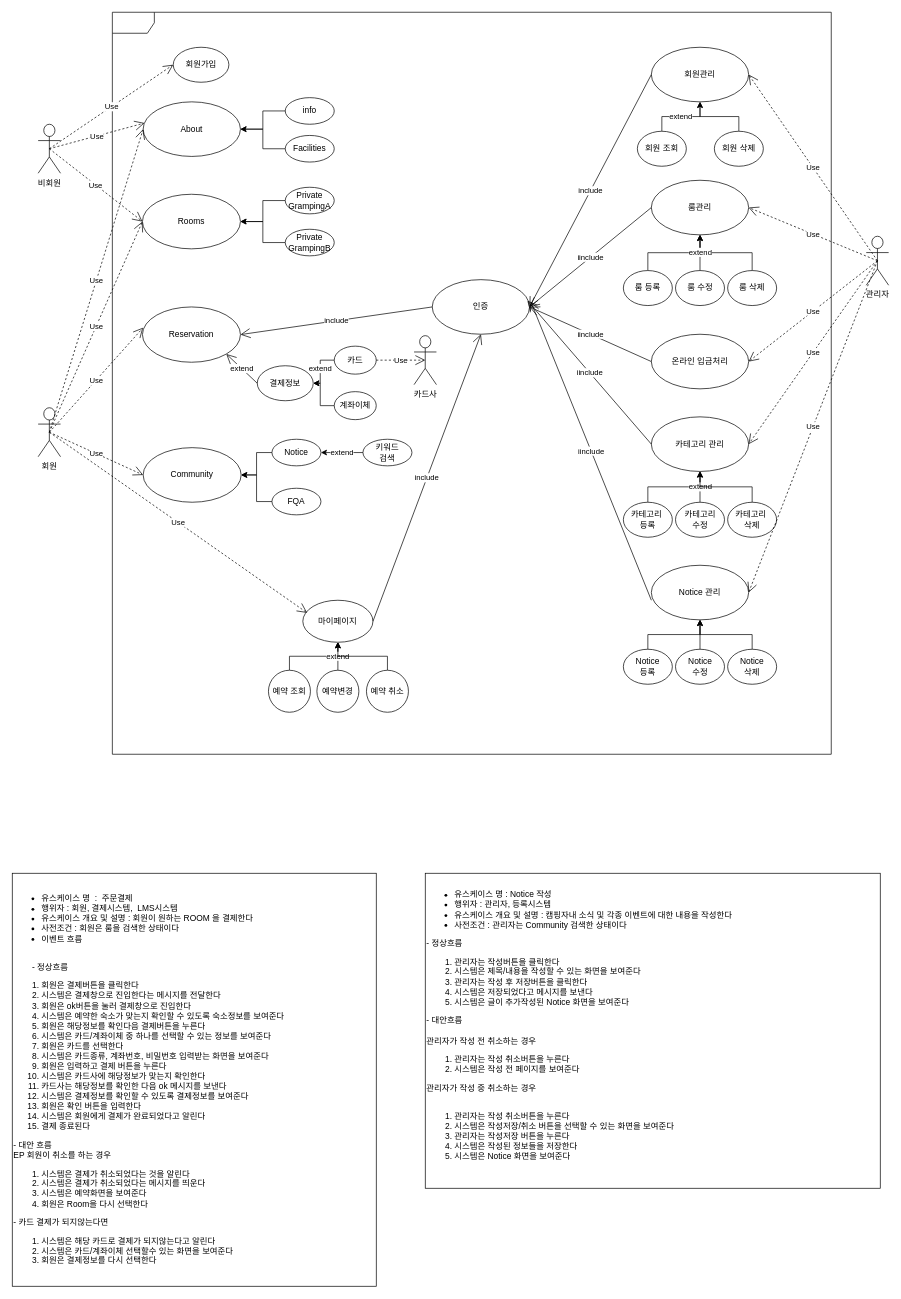
Before: CJG Usecase.drawio in JeongJason/Camping-Story, a draw.io diagram. Source tidied: cells renumbered, new cells numbered last; positions are measured from the earlier drawing's top-left corner, leaving out a move shared by most shapes. Both pictures are drawn from the tidied source at 70%, with x=0, y=0 at pixel (12, 12).
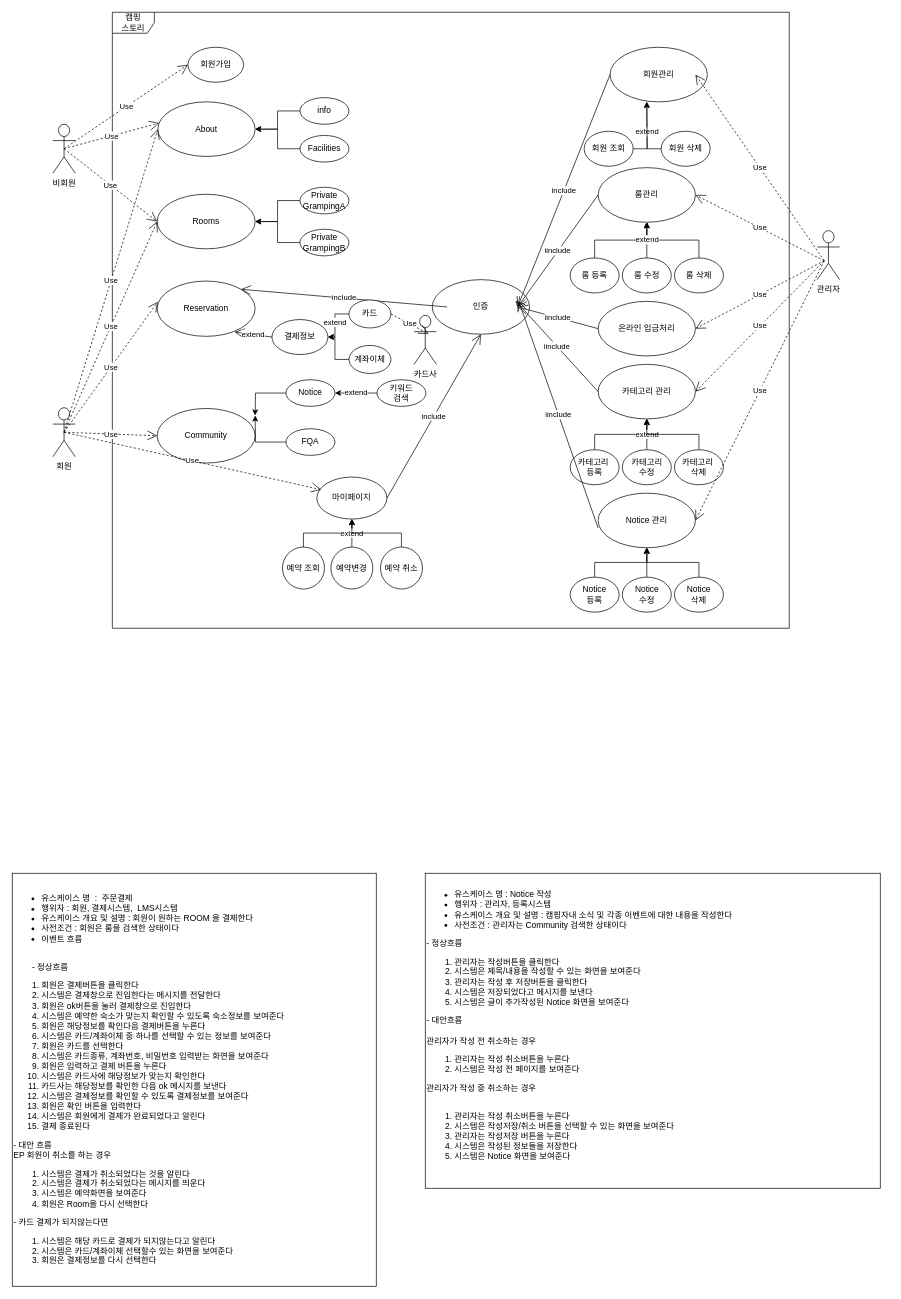
The same diagram, later.

Commit message (it also covers changes not shown here):
PPT Usecase Version1

The change refers to these unchanged cells:
```xml
<mxCell id="26" value="인증" style="ellipse;whiteSpace=wrap;html=1;" parent="1" vertex="1">
  <mxGeometry x="600" y="382" width="139" height="78" as="geometry" />
</mxCell>
```

Diff of the diagram source:
```diff
@@
-    <mxCell id="2" style="shape=umlFrame;whiteSpace=wrap;html=1;" parent="1" vertex="1">
-      <mxGeometry x="143" width="1027" height="1060" as="geometry" />
+    <mxCell id="2" value="캠핑&lt;br&gt;스토리" style="shape=umlFrame;whiteSpace=wrap;html=1;" parent="1" vertex="1">
+      <mxGeometry x="143" width="967" height="880" as="geometry" />
     </mxCell>
     <mxCell id="3" value="회원" style="shape=umlActor;verticalLabelPosition=bottom;verticalAlign=top;html=1;" parent="1" vertex="1">
-      <mxGeometry x="37" y="565" width="32" height="70" as="geometry" />
+      <mxGeometry x="58" y="565" width="32" height="70" as="geometry" />
     </mxCell>
     <mxCell id="4" value="비회원" style="shape=umlActor;verticalLabelPosition=bottom;verticalAlign=top;html=1;" parent="1" vertex="1">
-      <mxGeometry x="37" y="160" width="32" height="70" as="geometry" />
+      <mxGeometry x="58" y="160" width="32" height="70" as="geometry" />
     </mxCell>
     <mxCell id="5" value="관리자" style="shape=umlActor;verticalLabelPosition=bottom;verticalAlign=top;html=1;" parent="1" vertex="1">
-      <mxGeometry x="1220" y="320" width="32" height="70" as="geometry" />
+      <mxGeometry x="1150" y="312" width="32" height="70" as="geometry" />
     </mxCell>
     <mxCell id="6" value="About" style="ellipse;whiteSpace=wrap;html=1;" parent="1" vertex="1">
-      <mxGeometry x="187" y="128" width="139" height="78" as="geometry" />
+      <mxGeometry x="208" y="128" width="139" height="78" as="geometry" />
     </mxCell>
     <mxCell id="7" value="Rooms" style="ellipse;whiteSpace=wrap;html=1;" parent="1" vertex="1">
-      <mxGeometry x="186" y="260" width="140" height="78" as="geometry" />
+      <mxGeometry x="207" y="260" width="140" height="78" as="geometry" />
     </mxCell>
     <mxCell id="8" value="Reservation" style="ellipse;whiteSpace=wrap;html=1;" parent="1" vertex="1">
-      <mxGeometry x="186" y="421" width="140" height="79" as="geometry" />
+      <mxGeometry x="207" y="384" width="140" height="79" as="geometry" />
     </mxCell>
     <mxCell id="9" value="Community" style="ellipse;whiteSpace=wrap;html=1;" parent="1" vertex="1">
-      <mxGeometry x="187" y="622" width="140" height="78" as="geometry" />
+      <mxGeometry x="207" y="566" width="140" height="78" as="geometry" />
     </mxCell>
@@
     <mxCell id="16" value="회원가입" style="ellipse;whiteSpace=wrap;html=1;" parent="1" vertex="1">
-      <mxGeometry x="230" y="50" width="79.5" height="50" as="geometry" />
+      <mxGeometry x="251" y="50" width="79.5" height="50" as="geometry" />
     </mxCell>
     <mxCell id="17" value="마이페이지" style="ellipse;whiteSpace=wrap;html=1;" parent="1" vertex="1">
-      <mxGeometry x="415.1" y="840" width="100.2" height="60" as="geometry" />
+      <mxGeometry x="435.1" y="664" width="100.2" height="60" as="geometry" />
     </mxCell>
@@
     <mxCell id="19" value="예약 조회" style="ellipse;whiteSpace=wrap;html=1;" parent="1" vertex="1">
-      <mxGeometry x="366" y="940" width="60" height="60" as="geometry" />
+      <mxGeometry x="386" y="764" width="60" height="60" as="geometry" />
     </mxCell>
@@
     <mxCell id="21" value="예약변경" style="ellipse;whiteSpace=wrap;html=1;" parent="1" vertex="1">
-      <mxGeometry x="435.2" y="940" width="60" height="60" as="geometry" />
+      <mxGeometry x="455.2" y="764" width="60" height="60" as="geometry" />
     </mxCell>
@@
     <mxCell id="23" value="예약 취소" style="ellipse;whiteSpace=wrap;html=1;" parent="1" vertex="1">
-      <mxGeometry x="506" y="940" width="60" height="60" as="geometry" />
+      <mxGeometry x="526" y="764" width="60" height="60" as="geometry" />
     </mxCell>
@@
-    <mxCell id="27" value="include" style="endArrow=open;endSize=12;html=1;rounded=0;entryX=1;entryY=0.5;entryDx=0;entryDy=0;exitX=0;exitY=0.5;exitDx=0;exitDy=0;" parent="1" edge="1" source="26" target="8">
-      <mxGeometry relative="1" as="geometry" />
+    <mxCell id="27" value="include" style="endArrow=open;endSize=12;html=1;rounded=0;entryX=1;entryY=0;entryDx=0;entryDy=0;exitX=0;exitY=0.5;exitDx=0;exitDy=0;" parent="1" edge="1" target="8">
+      <mxGeometry relative="1" as="geometry">
+        <mxPoint x="621" y="421" as="sourcePoint" />
+      </mxGeometry>
     </mxCell>
     <mxCell id="28" value="회원관리" style="ellipse;whiteSpace=wrap;html=1;" parent="1" vertex="1">
-      <mxGeometry x="913" y="50" width="139" height="78" as="geometry" />
+      <mxGeometry x="854" y="50" width="139" height="78" as="geometry" />
     </mxCell>
-    <mxCell id="29" value="extend" style="edgeStyle=orthogonalEdgeStyle;rounded=0;jettySize=auto;html=1;" parent="1" edge="1" source="30" target="28">
-      <mxGeometry relative="1" as="geometry" />
+    <mxCell id="29" value="extend" style="edgeStyle=orthogonalEdgeStyle;rounded=0;jettySize=auto;html=1;" parent="1" edge="1" source="30">
+      <mxGeometry relative="1" as="geometry">
+        <mxPoint x="906.5" y="128" as="targetPoint" />
+      </mxGeometry>
     </mxCell>
     <mxCell id="30" value="회원 조회" style="ellipse;whiteSpace=wrap;html=1;" parent="1" vertex="1">
-      <mxGeometry x="893" y="170" width="70" height="50" as="geometry" />
+      <mxGeometry x="817" y="170" width="70" height="50" as="geometry" />
     </mxCell>
-    <mxCell id="31" style="edgeStyle=orthogonalEdgeStyle;rounded=0;jettySize=auto;html=1;" parent="1" edge="1" source="32" target="28">
-      <mxGeometry relative="1" as="geometry" />
+    <mxCell id="31" style="edgeStyle=orthogonalEdgeStyle;rounded=0;jettySize=auto;html=1;" parent="1" edge="1" source="32">
+      <mxGeometry relative="1" as="geometry">
+        <mxPoint x="906.5" y="128" as="targetPoint" />
+      </mxGeometry>
     </mxCell>
     <mxCell id="32" value="회원 삭제" style="ellipse;whiteSpace=wrap;html=1;" parent="1" vertex="1">
-      <mxGeometry x="1003" y="170" width="70" height="50" as="geometry" />
+      <mxGeometry x="927" y="170" width="70" height="50" as="geometry" />
     </mxCell>
-    <mxCell id="33" value="Use" style="endArrow=open;endSize=12;dashed=1;html=1;rounded=0;exitX=0.5;exitY=0.5;exitDx=0;exitDy=0;exitPerimeter=0;entryX=1;entryY=0.5;entryDx=0;entryDy=0;" parent="1" edge="1" source="5" target="28">
-      <mxGeometry relative="1" as="geometry" />
+    <mxCell id="33" value="Use" style="endArrow=open;endSize=12;dashed=1;html=1;rounded=0;exitX=0.5;exitY=0.5;exitDx=0;exitDy=0;exitPerimeter=0;entryX=1;entryY=0.5;entryDx=0;entryDy=0;" parent="1" edge="1">
+      <mxGeometry relative="1" as="geometry">
+        <mxPoint x="1160" y="355" as="sourcePoint" />
+        <mxPoint x="976" y="89" as="targetPoint" />
+      </mxGeometry>
     </mxCell>
     <mxCell id="34" value="룸관리" style="ellipse;whiteSpace=wrap;html=1;" parent="1" vertex="1">
-      <mxGeometry x="913" y="240" width="139" height="78" as="geometry" />
+      <mxGeometry x="837" y="222" width="139" height="78" as="geometry" />
     </mxCell>
@@
     <mxCell id="36" value="룸 등록" style="ellipse;whiteSpace=wrap;html=1;" parent="1" vertex="1">
-      <mxGeometry x="873" y="369" width="70" height="50" as="geometry" />
+      <mxGeometry x="797" y="351" width="70" height="50" as="geometry" />
     </mxCell>
@@
     <mxCell id="38" value="룸 삭제" style="ellipse;whiteSpace=wrap;html=1;" parent="1" vertex="1">
-      <mxGeometry x="1022" y="369" width="70" height="50" as="geometry" />
+      <mxGeometry x="946" y="351" width="70" height="50" as="geometry" />
     </mxCell>
@@
     <mxCell id="40" value="룸 수정" style="ellipse;whiteSpace=wrap;html=1;" parent="1" vertex="1">
-      <mxGeometry x="947.5" y="369" width="70" height="50" as="geometry" />
+      <mxGeometry x="871.5" y="351" width="70" height="50" as="geometry" />
     </mxCell>
-    <mxCell id="41" value="Use" style="endArrow=open;endSize=12;dashed=1;html=1;rounded=0;exitX=0.5;exitY=0.5;exitDx=0;exitDy=0;exitPerimeter=0;entryX=1;entryY=0.5;entryDx=0;entryDy=0;" parent="1" edge="1" source="5" target="34">
-      <mxGeometry relative="1" as="geometry" />
+    <mxCell id="41" value="Use" style="endArrow=open;endSize=12;dashed=1;html=1;rounded=0;exitX=0.5;exitY=0.5;exitDx=0;exitDy=0;exitPerimeter=0;entryX=1;entryY=0.5;entryDx=0;entryDy=0;" parent="1" edge="1" target="34">
+      <mxGeometry relative="1" as="geometry">
+        <mxPoint x="1160" y="355" as="sourcePoint" />
+      </mxGeometry>
     </mxCell>
     <mxCell id="42" value="온라인 입금처리" style="ellipse;whiteSpace=wrap;html=1;" parent="1" vertex="1">
-      <mxGeometry x="913" y="460" width="139" height="78" as="geometry" />
+      <mxGeometry x="837" y="413" width="139" height="78" as="geometry" />
     </mxCell>
     <mxCell id="43" value="카테고리 관리" style="ellipse;whiteSpace=wrap;html=1;" parent="1" vertex="1">
-      <mxGeometry x="913" y="578" width="139" height="78" as="geometry" />
+      <mxGeometry x="837" y="503" width="139" height="78" as="geometry" />
     </mxCell>
@@
     <mxCell id="45" value="카테고리&amp;nbsp;&lt;br&gt;등록" style="ellipse;whiteSpace=wrap;html=1;" parent="1" vertex="1">
-      <mxGeometry x="873" y="700" width="70" height="50" as="geometry" />
+      <mxGeometry x="797" y="625" width="70" height="50" as="geometry" />
     </mxCell>
@@
     <mxCell id="47" value="카테고리&lt;br&gt;수정" style="ellipse;whiteSpace=wrap;html=1;" parent="1" vertex="1">
-      <mxGeometry x="947.5" y="700" width="70" height="50" as="geometry" />
+      <mxGeometry x="871.5" y="625" width="70" height="50" as="geometry" />
     </mxCell>
@@
     <mxCell id="49" value="카테고리&amp;nbsp;&lt;br&gt;삭제" style="ellipse;whiteSpace=wrap;html=1;" parent="1" vertex="1">
-      <mxGeometry x="1022" y="700" width="70" height="50" as="geometry" />
+      <mxGeometry x="946" y="625" width="70" height="50" as="geometry" />
     </mxCell>
-    <mxCell id="50" value="Use" style="endArrow=open;endSize=12;dashed=1;html=1;rounded=0;exitX=0.5;exitY=0.5;exitDx=0;exitDy=0;exitPerimeter=0;entryX=1;entryY=0.5;entryDx=0;entryDy=0;" parent="1" edge="1" source="5" target="42">
-      <mxGeometry relative="1" as="geometry" />
+    <mxCell id="50" value="Use" style="endArrow=open;endSize=12;dashed=1;html=1;rounded=0;exitX=0.5;exitY=0.5;exitDx=0;exitDy=0;exitPerimeter=0;entryX=1;entryY=0.5;entryDx=0;entryDy=0;" parent="1" edge="1" target="42">
+      <mxGeometry relative="1" as="geometry">
+        <mxPoint x="1160" y="355" as="sourcePoint" />
+      </mxGeometry>
     </mxCell>
-    <mxCell id="51" value="Use" style="endArrow=open;endSize=12;dashed=1;html=1;rounded=0;exitX=0.5;exitY=0.5;exitDx=0;exitDy=0;exitPerimeter=0;entryX=1;entryY=0.5;entryDx=0;entryDy=0;" parent="1" edge="1" source="5" target="43">
-      <mxGeometry relative="1" as="geometry" />
+    <mxCell id="51" value="Use" style="endArrow=open;endSize=12;dashed=1;html=1;rounded=0;exitX=0.5;exitY=0.5;exitDx=0;exitDy=0;exitPerimeter=0;entryX=1;entryY=0.5;entryDx=0;entryDy=0;" parent="1" edge="1" target="43">
+      <mxGeometry relative="1" as="geometry">
+        <mxPoint x="1160" y="355" as="sourcePoint" />
+      </mxGeometry>
     </mxCell>
-    <mxCell id="52" value="include" style="endArrow=open;endSize=12;html=1;rounded=0;exitX=0;exitY=0.5;exitDx=0;exitDy=0;entryX=1;entryY=0.5;entryDx=0;entryDy=0;" parent="1" edge="1" source="28" target="26">
-      <mxGeometry relative="1" as="geometry" />
+    <mxCell id="52" value="include" style="endArrow=open;endSize=12;html=1;rounded=0;exitX=0;exitY=0.5;exitDx=0;exitDy=0;entryX=1;entryY=0.5;entryDx=0;entryDy=0;" parent="1" edge="1" source="28">
+      <mxGeometry relative="1" as="geometry">
+        <mxPoint x="722" y="421" as="targetPoint" />
+      </mxGeometry>
     </mxCell>
-    <mxCell id="53" value="iinclude" style="endArrow=open;endSize=12;html=1;rounded=0;exitX=0;exitY=0.5;exitDx=0;exitDy=0;entryX=1;entryY=0.5;entryDx=0;entryDy=0;" parent="1" edge="1" source="34" target="26">
-      <mxGeometry relative="1" as="geometry" />
+    <mxCell id="53" value="iinclude" style="endArrow=open;endSize=12;html=1;rounded=0;exitX=0;exitY=0.5;exitDx=0;exitDy=0;entryX=1;entryY=0.5;entryDx=0;entryDy=0;" parent="1" edge="1" source="34">
+      <mxGeometry relative="1" as="geometry">
+        <mxPoint x="722" y="421" as="targetPoint" />
+      </mxGeometry>
     </mxCell>
-    <mxCell id="54" value="iinclude" style="endArrow=open;endSize=12;html=1;rounded=0;exitX=0;exitY=0.5;exitDx=0;exitDy=0;entryX=1;entryY=0.5;entryDx=0;entryDy=0;" parent="1" edge="1" source="42" target="26">
-      <mxGeometry relative="1" as="geometry" />
+    <mxCell id="54" value="iinclude" style="endArrow=open;endSize=12;html=1;rounded=0;exitX=0;exitY=0.5;exitDx=0;exitDy=0;entryX=1;entryY=0.5;entryDx=0;entryDy=0;" parent="1" edge="1" source="42">
+      <mxGeometry relative="1" as="geometry">
+        <mxPoint x="722" y="421" as="targetPoint" />
+      </mxGeometry>
     </mxCell>
-    <mxCell id="55" value="iinclude" style="endArrow=open;endSize=12;html=1;rounded=0;exitX=0;exitY=0.5;exitDx=0;exitDy=0;entryX=0.978;entryY=0.385;entryDx=0;entryDy=0;entryPerimeter=0;" parent="1" edge="1" source="43" target="26">
-      <mxGeometry relative="1" as="geometry" />
+    <mxCell id="55" value="iinclude" style="endArrow=open;endSize=12;html=1;rounded=0;exitX=0;exitY=0.5;exitDx=0;exitDy=0;entryX=0.978;entryY=0.385;entryDx=0;entryDy=0;entryPerimeter=0;" parent="1" edge="1" source="43">
+      <mxGeometry relative="1" as="geometry">
+        <mxPoint x="718.9" y="412" as="targetPoint" />
+      </mxGeometry>
     </mxCell>
     <mxCell id="56" value="결제정보" style="ellipse;whiteSpace=wrap;html=1;" parent="1" vertex="1">
-      <mxGeometry x="350" y="505" width="80" height="50" as="geometry" />
+      <mxGeometry x="371" y="439" width="80" height="50" as="geometry" />
     </mxCell>
-    <mxCell id="57" value="extend" style="endArrow=open;endSize=12;html=1;rounded=0;exitX=0;exitY=0.5;exitDx=0;exitDy=0;entryX=1;entryY=1;entryDx=0;entryDy=0;" parent="1" edge="1" source="56" target="8">
+    <mxCell id="57" value="extend" style="endArrow=open;endSize=12;html=1;rounded=0;exitX=0;exitY=0.5;exitDx=0;exitDy=0;entryX=0.789;entryY=0.922;entryDx=0;entryDy=0;entryPerimeter=0;" parent="1" edge="1" source="56" target="8">
       <mxGeometry relative="1" as="geometry" />
     </mxCell>
@@
     <mxCell id="59" value="카드" style="ellipse;whiteSpace=wrap;html=1;" parent="1" vertex="1">
-      <mxGeometry x="460" y="477" width="60" height="40" as="geometry" />
+      <mxGeometry x="481" y="411" width="60" height="40" as="geometry" />
     </mxCell>
@@
     <mxCell id="61" value="계좌이체" style="ellipse;whiteSpace=wrap;html=1;" parent="1" vertex="1">
-      <mxGeometry x="460" y="542" width="60" height="40" as="geometry" />
+      <mxGeometry x="481" y="476" width="60" height="40" as="geometry" />
     </mxCell>
     <mxCell id="62" value="카드사" style="shape=umlActor;verticalLabelPosition=bottom;verticalAlign=top;html=1;" parent="1" vertex="1">
-      <mxGeometry x="574" y="462" width="32" height="70" as="geometry" />
+      <mxGeometry x="574" y="433" width="32" height="70" as="geometry" />
     </mxCell>
-    <mxCell id="63" value="Use" style="endArrow=open;endSize=12;dashed=1;html=1;rounded=0;exitX=1;exitY=0.5;exitDx=0;exitDy=0;entryX=0.5;entryY=0.5;entryDx=0;entryDy=0;entryPerimeter=0;" parent="1" edge="1" source="59" target="62">
-      <mxGeometry relative="1" as="geometry" />
+    <mxCell id="63" value="Use" style="endArrow=open;endSize=12;dashed=1;html=1;rounded=0;exitX=1;exitY=0.5;exitDx=0;exitDy=0;" parent="1" edge="1" source="59">
+      <mxGeometry relative="1" as="geometry">
+        <mxPoint x="595" y="459.5" as="targetPoint" />
+      </mxGeometry>
     </mxCell>
@@
     <mxCell id="66" value="info" style="ellipse;whiteSpace=wrap;html=1;" parent="1" vertex="1">
-      <mxGeometry x="390" y="122" width="70" height="38" as="geometry" />
+      <mxGeometry x="411" y="122" width="70" height="38" as="geometry" />
     </mxCell>
@@
     <mxCell id="68" value="Facilities" style="ellipse;whiteSpace=wrap;html=1;" parent="1" vertex="1">
-      <mxGeometry x="390" y="176" width="70" height="38" as="geometry" />
+      <mxGeometry x="411" y="176" width="70" height="38" as="geometry" />
     </mxCell>
@@
     <mxCell id="70" value="Private&lt;br&gt;GrampingA" style="ellipse;whiteSpace=wrap;html=1;" parent="1" vertex="1">
-      <mxGeometry x="390" y="250" width="70" height="38" as="geometry" />
+      <mxGeometry x="411" y="250" width="70" height="38" as="geometry" />
     </mxCell>
@@
     <mxCell id="72" value="Private GrampingB" style="ellipse;whiteSpace=wrap;html=1;" parent="1" vertex="1">
-      <mxGeometry x="390" y="310" width="70" height="38" as="geometry" />
+      <mxGeometry x="411" y="310" width="70" height="38" as="geometry" />
     </mxCell>
-    <mxCell id="73" style="edgeStyle=orthogonalEdgeStyle;rounded=0;jettySize=auto;html=1;" parent="1" edge="1" source="74" target="9">
-      <mxGeometry relative="1" as="geometry" />
+    <mxCell id="73" style="edgeStyle=orthogonalEdgeStyle;rounded=0;jettySize=auto;html=1;" parent="1" edge="1" source="74">
+      <mxGeometry relative="1" as="geometry">
+        <mxPoint x="347" y="576" as="targetPoint" />
+      </mxGeometry>
     </mxCell>
     <mxCell id="74" value="Notice" style="ellipse;whiteSpace=wrap;html=1;" parent="1" vertex="1">
-      <mxGeometry x="371" y="610" width="70" height="38" as="geometry" />
+      <mxGeometry x="391" y="525" width="70" height="38" as="geometry" />
     </mxCell>
-    <mxCell id="75" style="edgeStyle=orthogonalEdgeStyle;rounded=0;jettySize=auto;html=1;" parent="1" edge="1" source="76" target="9">
-      <mxGeometry relative="1" as="geometry" />
+    <mxCell id="75" style="edgeStyle=orthogonalEdgeStyle;rounded=0;jettySize=auto;html=1;" parent="1" edge="1" source="76">
+      <mxGeometry relative="1" as="geometry">
+        <mxPoint x="347" y="576" as="targetPoint" />
+      </mxGeometry>
     </mxCell>
     <mxCell id="76" value="FQA" style="ellipse;whiteSpace=wrap;html=1;" parent="1" vertex="1">
-      <mxGeometry x="371" y="680" width="70" height="38" as="geometry" />
+      <mxGeometry x="391" y="595" width="70" height="38" as="geometry" />
     </mxCell>
@@
     <mxCell id="78" value="키워드&lt;br&gt;검색" style="ellipse;whiteSpace=wrap;html=1;" parent="1" vertex="1">
-      <mxGeometry x="501" y="610" width="70" height="38" as="geometry" />
+      <mxGeometry x="521" y="525" width="70" height="38" as="geometry" />
     </mxCell>
@@
     <mxCell id="81" value="Notice 관리" style="ellipse;whiteSpace=wrap;html=1;" parent="1" vertex="1">
-      <mxGeometry x="913" y="790" width="139" height="78" as="geometry" />
+      <mxGeometry x="837" y="687" width="139" height="78" as="geometry" />
     </mxCell>
@@
     <mxCell id="83" value="Notice&lt;br&gt;수정" style="ellipse;whiteSpace=wrap;html=1;" parent="1" vertex="1">
-      <mxGeometry x="947.5" y="910" width="70" height="50" as="geometry" />
+      <mxGeometry x="871.5" y="807" width="70" height="50" as="geometry" />
     </mxCell>
@@
     <mxCell id="85" value="Notice &lt;br&gt;등록" style="ellipse;whiteSpace=wrap;html=1;" parent="1" vertex="1">
-      <mxGeometry x="873" y="910" width="70" height="50" as="geometry" />
+      <mxGeometry x="797" y="807" width="70" height="50" as="geometry" />
     </mxCell>
@@
     <mxCell id="87" value="Notice&lt;br&gt;삭제" style="ellipse;whiteSpace=wrap;html=1;" parent="1" vertex="1">
-      <mxGeometry x="1022" y="910" width="70" height="50" as="geometry" />
+      <mxGeometry x="946" y="807" width="70" height="50" as="geometry" />
     </mxCell>
-    <mxCell id="88" value="Use" style="endArrow=open;endSize=12;dashed=1;html=1;rounded=0;exitX=0.5;exitY=0.5;exitDx=0;exitDy=0;exitPerimeter=0;entryX=1;entryY=0.5;entryDx=0;entryDy=0;" parent="1" edge="1" source="5" target="81">
-      <mxGeometry relative="1" as="geometry" />
+    <mxCell id="88" value="Use" style="endArrow=open;endSize=12;dashed=1;html=1;rounded=0;exitX=0.5;exitY=0.5;exitDx=0;exitDy=0;exitPerimeter=0;entryX=1;entryY=0.5;entryDx=0;entryDy=0;" parent="1" edge="1" target="81">
+      <mxGeometry relative="1" as="geometry">
+        <mxPoint x="1160" y="355" as="sourcePoint" />
+      </mxGeometry>
     </mxCell>
-    <mxCell id="89" value="iinclude" style="endArrow=open;endSize=12;html=1;rounded=0;exitX=0;exitY=0.641;exitDx=0;exitDy=0;exitPerimeter=0;entryX=1.012;entryY=0.4;entryDx=0;entryDy=0;entryPerimeter=0;" parent="1" edge="1" source="81" target="26">
-      <mxGeometry relative="1" as="geometry" />
+    <mxCell id="89" value="iinclude" style="endArrow=open;endSize=12;html=1;rounded=0;exitX=0;exitY=0.641;exitDx=0;exitDy=0;exitPerimeter=0;entryX=1.012;entryY=0.4;entryDx=0;entryDy=0;entryPerimeter=0;" parent="1" edge="1" source="81">
+      <mxGeometry relative="1" as="geometry">
+        <mxPoint x="723.7" y="413.2" as="targetPoint" />
+      </mxGeometry>
     </mxCell>
```
